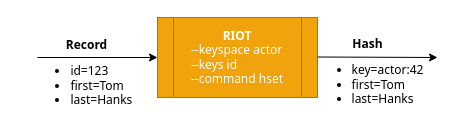
Earlier version of the draw.io diagram page "mapping" (1 of 3) of docs/guide/src/docs/resources/images/Diagrams.drawio (redis/riot). Source tidied: cells renumbered, new cells numbered last; positions are measured from the earlier drawing's top-left corner, leaving out a move shared by most shapes. Both pictures are drawn from the tidied source at 100%, with x=0, y=0 at pixel (37, 17).
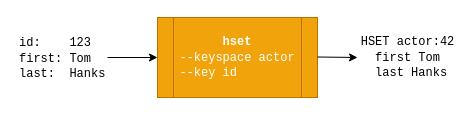
The same diagram, later.

Change to the diagram source:
```diff
@@
 <mxGraphModel>
   <root>
     <mxCell id="0" />
     <mxCell id="1" parent="0" />
-    <mxCell id="2" value="&lt;b&gt;RIOT&lt;/b&gt;&lt;div style=&quot;text-align: left;&quot;&gt;--keyspace actor&lt;/div&gt;&lt;div style=&quot;text-align: left;&quot;&gt;--keys id&lt;/div&gt;&lt;div style=&quot;text-align: left;&quot;&gt;--command hset&lt;br&gt;&lt;/div&gt;" style="shape=process;whiteSpace=wrap;html=1;backgroundOutline=1;fillColor=#f0a30a;strokeColor=#BD7000;fontFamily=Tahoma;fontColor=#FFFFFF;" parent="1" vertex="1">
+    <mxCell id="2" value="&lt;b&gt;&lt;font face=&quot;Courier New&quot;&gt;hset&lt;/font&gt;&lt;/b&gt;&lt;div style=&quot;text-align: left;&quot;&gt;&lt;font face=&quot;Courier New&quot;&gt;--keyspace actor&lt;/font&gt;&lt;/div&gt;&lt;div style=&quot;text-align: left;&quot;&gt;&lt;font face=&quot;Courier New&quot;&gt;--key id&lt;/font&gt;&lt;/div&gt;" style="shape=process;whiteSpace=wrap;html=1;backgroundOutline=1;fillColor=#f0a30a;strokeColor=#BD7000;fontFamily=Tahoma;fontColor=#FFFFFF;" parent="1" vertex="1">
       <mxGeometry x="120" width="160" height="80" as="geometry" />
     </mxCell>
     <mxCell id="3" style="endArrow=classic;html=1;rounded=0;entryX=0;entryY=0.5;entryDx=0;entryDy=0;fontSize=12;fontFamily=Tahoma;" parent="1" edge="1" target="2">
       <mxGeometry relative="1" as="geometry">
-        <mxPoint y="40" as="sourcePoint" />
+        <mxPoint x="70" y="40" as="sourcePoint" />
       </mxGeometry>
     </mxCell>
-    <mxCell id="4" value="&lt;div style=&quot;font-size: 12px;&quot;&gt;&lt;font style=&quot;font-size: 12px;&quot;&gt;&lt;b&gt;Record&lt;/b&gt;&lt;/font&gt;&lt;/div&gt;&lt;div style=&quot;font-size: 12px;&quot;&gt;&lt;ul&gt;&lt;li style=&quot;text-align: left;&quot;&gt;&lt;font style=&quot;font-size: 12px;&quot;&gt;id=123&amp;nbsp; &amp;nbsp; &amp;nbsp; &amp;nbsp; &amp;nbsp; &amp;nbsp;&lt;/font&gt;&lt;/li&gt;&lt;li style=&quot;text-align: left;&quot;&gt;&lt;font style=&quot;font-size: 12px;&quot;&gt;first=Tom&lt;/font&gt;&lt;/li&gt;&lt;li style=&quot;text-align: left;&quot;&gt;&lt;font style=&quot;font-size: 12px;&quot;&gt;last=Hanks&lt;/font&gt;&lt;/li&gt;&lt;/ul&gt;&lt;/div&gt;" style="edgeLabel;html=1;align=center;verticalAlign=middle;fontFamily=Tahoma;fontSize=12;labelBackgroundColor=none;" parent="3" vertex="1">
+    <mxCell id="4" value="&lt;div style=&quot;font-size: 12px;&quot;&gt;&lt;span style=&quot;font-family: &amp;quot;Courier New&amp;quot;; background-color: initial;&quot;&gt;id:&amp;nbsp; &amp;nbsp; 123&lt;/span&gt;&lt;br&gt;&lt;span style=&quot;font-family: &amp;quot;Courier New&amp;quot;; background-color: initial;&quot;&gt;first: Tom&lt;/span&gt;&lt;br&gt;&lt;span style=&quot;font-family: &amp;quot;Courier New&amp;quot;; background-color: initial;&quot;&gt;last:&amp;nbsp; Hanks&lt;/span&gt;&lt;br&gt;&lt;/div&gt;" style="edgeLabel;html=1;align=left;verticalAlign=middle;fontFamily=Tahoma;fontSize=12;labelBackgroundColor=none;" parent="3" vertex="1">
       <mxGeometry x="0.48" y="-1" relative="1" as="geometry">
-        <mxPoint x="-41" y="19" as="offset" />
+        <mxPoint x="-127" y="-1" as="offset" />
       </mxGeometry>
     </mxCell>
     <mxCell id="5" style="endArrow=classic;html=1;rounded=0;fontSize=12;fontFamily=Tahoma;" parent="1" edge="1">
       <mxGeometry relative="1" as="geometry">
         <mxPoint x="280" y="39.5" as="sourcePoint" />
-        <mxPoint x="400" y="40" as="targetPoint" />
+        <mxPoint x="320" y="40" as="targetPoint" />
       </mxGeometry>
     </mxCell>
-    <mxCell id="6" value="&lt;div style=&quot;font-size: 12px;&quot;&gt;&lt;font style=&quot;font-size: 12px;&quot;&gt;&lt;b&gt;Hash&lt;/b&gt;&lt;/font&gt;&lt;/div&gt;&lt;div style=&quot;font-size: 12px;&quot;&gt;&lt;ul&gt;&lt;li style=&quot;text-align: left;&quot;&gt;&lt;font style=&quot;font-size: 12px;&quot;&gt;key=actor:42&lt;/font&gt;&lt;/li&gt;&lt;li style=&quot;text-align: left;&quot;&gt;&lt;font style=&quot;font-size: 12px;&quot;&gt;first=Tom&lt;/font&gt;&lt;/li&gt;&lt;li style=&quot;text-align: left;&quot;&gt;&lt;font style=&quot;font-size: 12px;&quot;&gt;last=Hanks&lt;/font&gt;&lt;/li&gt;&lt;/ul&gt;&lt;/div&gt;" style="edgeLabel;html=1;align=center;verticalAlign=middle;fontFamily=Tahoma;fontSize=12;labelBackgroundColor=none;" parent="5" vertex="1">
+    <mxCell id="6" value="&lt;div style=&quot;text-align: left; font-size: 12px;&quot;&gt;&lt;font face=&quot;Courier New&quot;&gt;&lt;font style=&quot;background-color: initial;&quot;&gt;HSET actor:42&lt;/font&gt;&lt;/font&gt;&lt;/div&gt;&lt;div style=&quot;text-align: left; font-size: 12px;&quot;&gt;&lt;font face=&quot;Courier New&quot;&gt;&lt;font style=&quot;background-color: initial;&quot;&gt;&amp;nbsp; first Tom&lt;/font&gt;&lt;/font&gt;&lt;/div&gt;&lt;div style=&quot;text-align: left; font-size: 12px;&quot;&gt;&lt;font face=&quot;Courier New&quot;&gt;&lt;span style=&quot;background-color: initial;&quot;&gt;&amp;nbsp; last Hanks&lt;/span&gt;&lt;/font&gt;&lt;br&gt;&lt;/div&gt;" style="edgeLabel;html=1;align=center;verticalAlign=middle;fontFamily=Tahoma;fontSize=12;labelBackgroundColor=none;" parent="5" vertex="1">
       <mxGeometry x="0.48" y="-1" relative="1" as="geometry">
-        <mxPoint x="-39" y="19" as="offset" />
+        <mxPoint x="60" y="-1" as="offset" />
       </mxGeometry>
     </mxCell>
   </root>
 </mxGraphModel>
```
